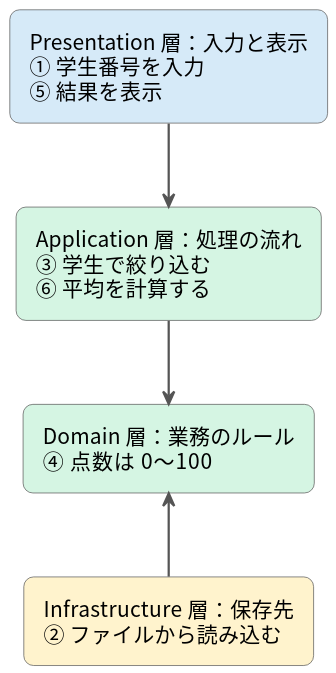
The PlantUML diagram images/architecture/diagram/dia-01-01-six-tasks.svg in YTS0418/PRMN_SYSTEM_Lecture, before a commit.
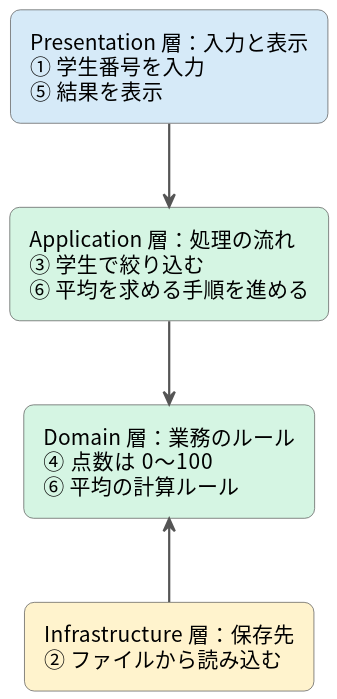
The same diagram one commit later.

Diff of the diagram source:
```diff
@@ -3,8 +3,8 @@
 hide stereotype
 top to bottom direction
 rectangle "Presentation 層：入力と表示\n① 学生番号を入力\n⑤ 結果を表示" as P #d6eaf8
-rectangle "Application 層：処理の流れ\n③ 学生で絞り込む\n⑥ 平均を計算する" as A #d5f5e3
-rectangle "Domain 層：業務のルール\n④ 点数は 0〜100" as D #d5f5e3
+rectangle "Application 層：処理の流れ\n③ 学生で絞り込む\n⑥ 平均を求める手順を進める" as A #d5f5e3
+rectangle "Domain 層：業務のルール\n④ 点数は 0〜100\n⑥ 平均の計算ルール" as D #d5f5e3
 rectangle "Infrastructure 層：保存先\n② ファイルから読み込む" as I #fff3cd
 P --> A
 A --> D
```
